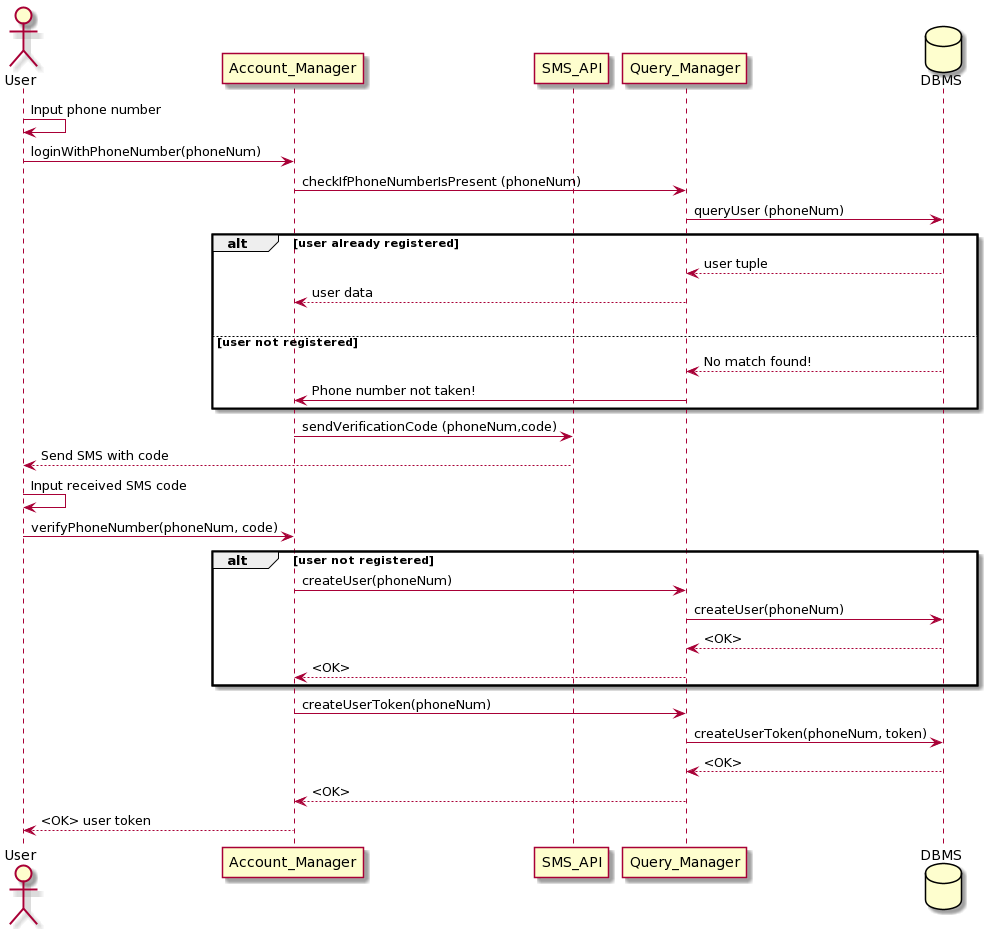
Above: DD/uml/seq_user_login.png in andreafra/Software-Engineering-2-Project-2021 (PlantUML), before the change. Its diagram source:
```plantuml
@startuml
actor User as a
participant Account_Manager as am
participant SMS_API as sms
participant Query_Manager as qm
database DBMS as db

a -> a : Input phone number
a -> am : loginWithPhoneNumber(phoneNum)
am -> qm : checkIfPhoneNumberIsPresent (phoneNum)
qm -> db : queryUser (phoneNum)
alt user already registered
    db --> qm : user tuple
    qm --> am : user data
    |||
else user not registered
    db --> qm : No match found!
    qm -> am : Phone number not taken!
end
    am -> sms : sendVerificationCode (phoneNum,code)
    sms --> a : Send SMS with code
    a -> a : Input received SMS code
    a -> am : verifyPhoneNumber(phoneNum, code)

alt user not registered
    am -> qm : createUser(phoneNum)
    qm -> db : createUser(phoneNum)
    db --> qm : <OK>
    qm --> am : <OK>
end
    am -> qm : createUserToken(phoneNum)
    qm -> db : createUserToken(phoneNum, token)
    db --> qm : <OK>
    qm --> am : <OK>
    am --> a : <OK> user token
@enduml
```
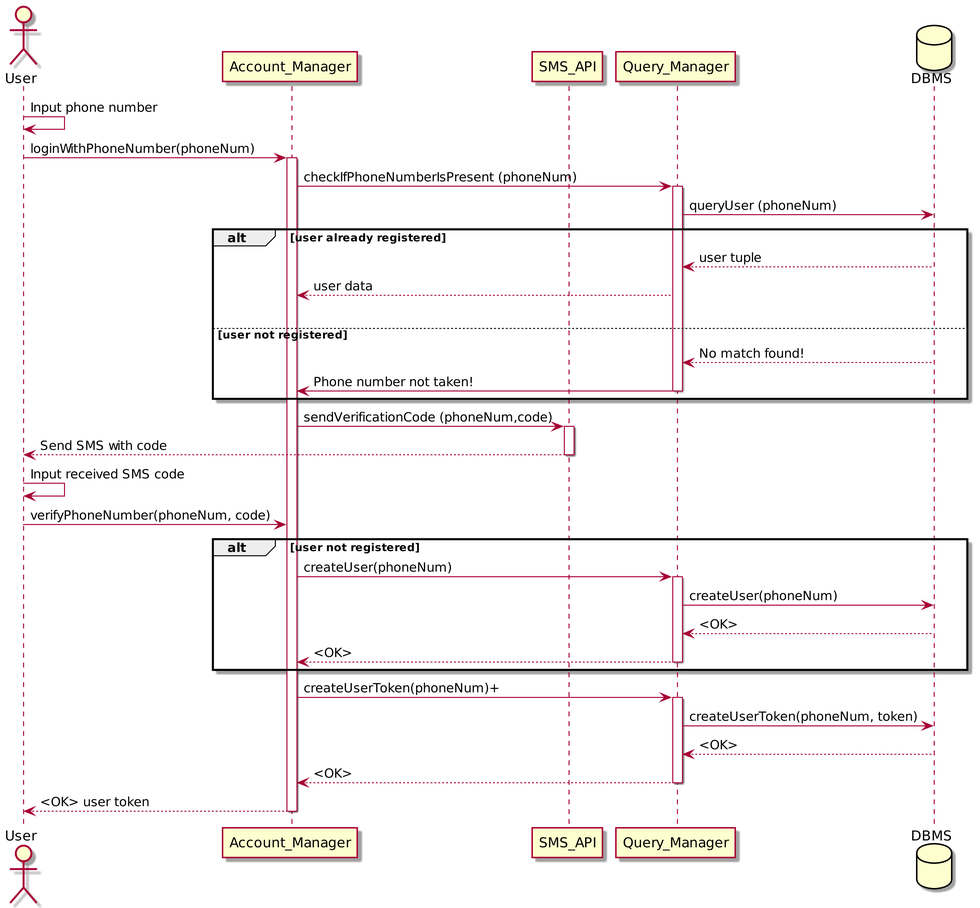
After the change.

Change to the diagram source:
```diff
@@ -1,4 +1,9 @@
-@startuml
+@startuml seq_user_login
+
+skinparam {
+   dpi 300
+}
+
 actor User as a
 participant Account_Manager as am
 participant SMS_API as sms
@@ -7,7 +12,9 @@
 
 a -> a : Input phone number
 a -> am : loginWithPhoneNumber(phoneNum)
+activate am
 am -> qm : checkIfPhoneNumberIsPresent (phoneNum)
+activate qm
 qm -> db : queryUser (phoneNum)
 alt user already registered
     db --> qm : user tuple
@@ -16,21 +23,29 @@
 else user not registered
     db --> qm : No match found!
     qm -> am : Phone number not taken!
+    deactivate qm
 end
     am -> sms : sendVerificationCode (phoneNum,code)
+    activate sms
     sms --> a : Send SMS with code
+    deactivate sms
     a -> a : Input received SMS code
     a -> am : verifyPhoneNumber(phoneNum, code)
 
 alt user not registered
     am -> qm : createUser(phoneNum)
+    activate qm
     qm -> db : createUser(phoneNum)
     db --> qm : <OK>
     qm --> am : <OK>
+    deactivate qm
 end
-    am -> qm : createUserToken(phoneNum)
+    am -> qm : createUserToken(phoneNum)+
+    activate qm
     qm -> db : createUserToken(phoneNum, token)
     db --> qm : <OK>
     qm --> am : <OK>
+    deactivate qm
     am --> a : <OK> user token
+    deactivate am
 @enduml
```
